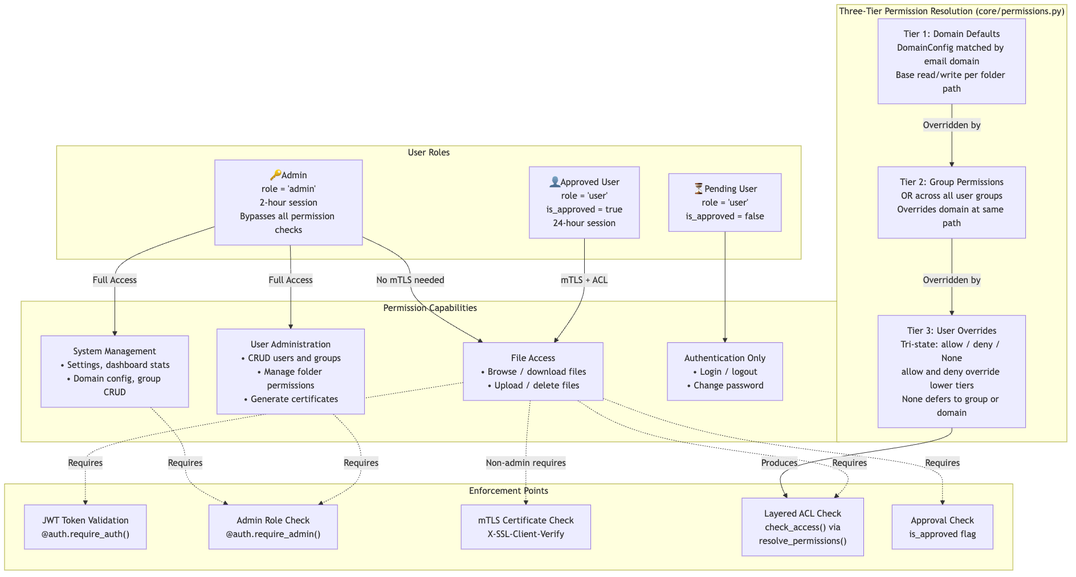
andreas-04/thumbs-up keeps this Mermaid diagram as docs/diagrams/png/03-rbac.png. Above is the earlier version. Its source is kept beside it as docs/diagrams/03-rbac.mmd. Source of this version:
```mermaid
graph TB
    subgraph Roles["User Roles"]
        Admin["🔑 Admin<br/>role = 'admin'<br/>2-hour session<br/>Bypasses all permission checks"]
        ApprovedUser["👤 Approved User<br/>role = 'user'<br/>is_approved = true<br/>24-hour session"]
        PendingUser["⏳ Pending User<br/>role = 'user'<br/>is_approved = false"]
    end

    subgraph PermTiers["Three-Tier Permission Resolution (core/permissions.py)"]
        Tier1["Tier 1: Domain Defaults<br/>DomainConfig matched by email domain<br/>Base read/write per folder path"]
        Tier2["Tier 2: Group Permissions<br/>OR across all user groups<br/>Overrides domain at same path"]
        Tier3["Tier 3: User Overrides<br/>Tri-state: allow / deny / None<br/>allow and deny override lower tiers<br/>None defers to group or domain"]
    end

    subgraph Capabilities["Permission Capabilities"]
        SysMgmt["System Management<br/>• Settings, dashboard stats<br/>• Domain config, group CRUD"]
        UserAdmin["User Administration<br/>• CRUD users and groups<br/>• Manage folder permissions<br/>• Generate certificates"]
        FileAccess["File Access<br/>• Browse / download files<br/>• Upload / delete files"]
        AuthOnly["Authentication Only<br/>• Login / logout<br/>• Change password"]
    end

    subgraph Enforcement["Enforcement Points"]
        JWTCheck["JWT Token Validation<br/>@auth.require_auth()"]
        AdminCheck["Admin Role Check<br/>@auth.require_admin()"]
        mTLSCheck["mTLS Certificate Check<br/>X-SSL-Client-Verify<br/>+ CRL revocation check"]
        ACLCheck["Layered ACL Check<br/>check_access() via<br/>resolve_permissions()"]
        ApprovalCheck["Approval Check<br/>is_approved flag"]
        AuditCheck["Audit Logging<br/>utils/audit.py"]
    end

    Admin -->|"Full Access"| SysMgmt
    Admin -->|"Full Access"| UserAdmin
    Admin -->|"No mTLS needed"| FileAccess

    ApprovedUser -->|"mTLS + ACL"| FileAccess

    PendingUser --> AuthOnly

    Tier1 -->|"Overridden by"| Tier2
    Tier2 -->|"Overridden by"| Tier3
    Tier3 -->|"Produces"| ACLCheck

    SysMgmt -.->|"Requires"| AdminCheck
    UserAdmin -.->|"Requires"| AdminCheck
    FileAccess -.->|"Requires"| JWTCheck
    FileAccess -.->|"Non-admin requires"| mTLSCheck
    FileAccess -.->|"Requires"| ACLCheck
    FileAccess -.->|"Requires"| ApprovalCheck
```
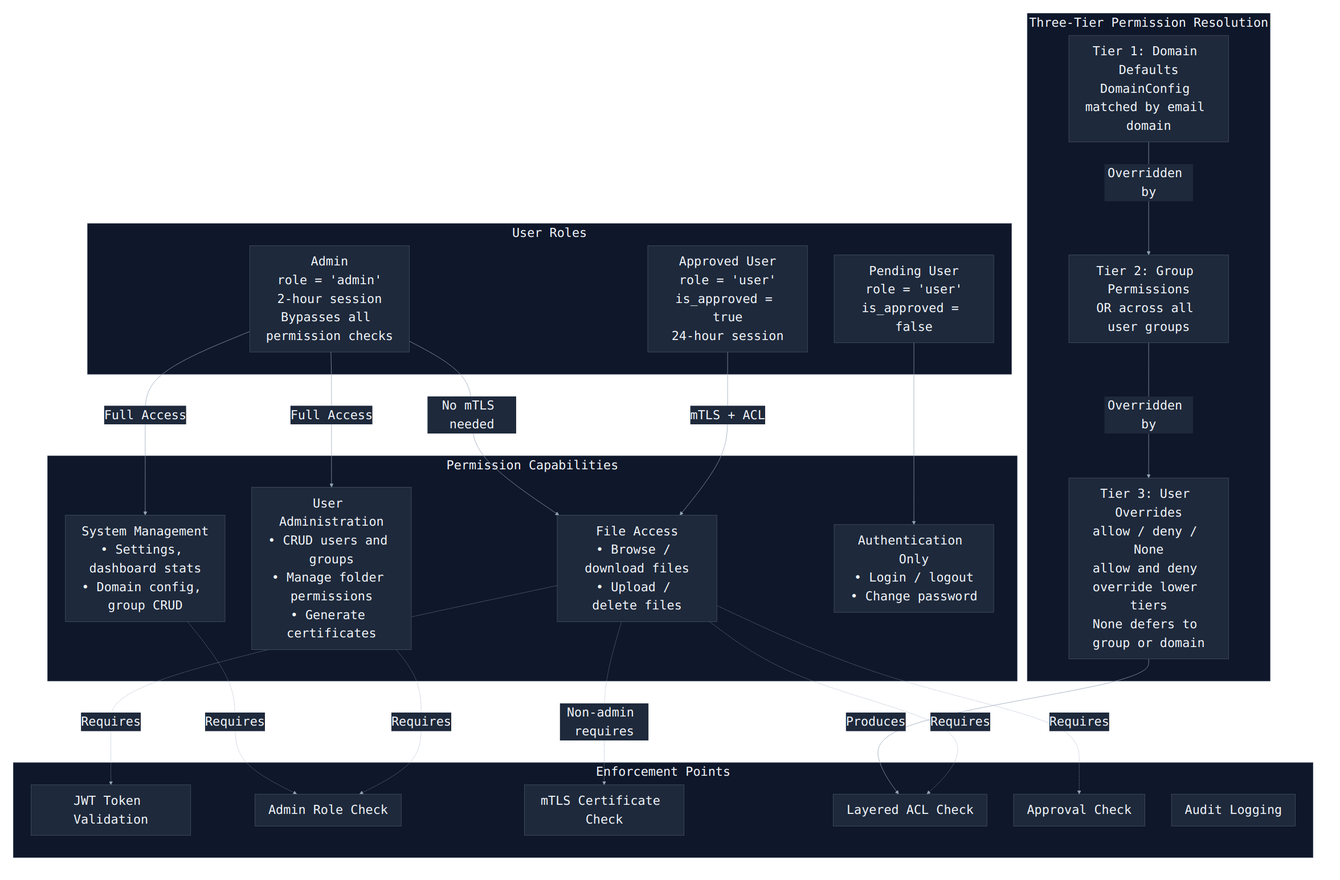
After the commit.

Diff of the diagram source:
```diff
@@ -1,14 +1,15 @@
+%%{init: {'theme': 'base', 'flowchart': {'nodeSpacing': 60, 'rankSpacing': 100, 'wrappingWidth': 300, 'diagramPadding': 30}, 'themeVariables': {'primaryColor': '#1e293b', 'primaryTextColor': '#f1f5f9', 'primaryBorderColor': '#475569', 'lineColor': '#94a3b8', 'secondaryColor': '#0f172a', 'tertiaryColor': '#1e293b', 'background': '#0f172a', 'mainBkg': '#1e293b', 'nodeBorder': '#475569', 'clusterBkg': '#0f172a', 'clusterBorder': '#334155', 'titleColor': '#f1f5f9', 'edgeLabelBackground': '#1e293b', 'fontFamily': 'monospace', 'fontSize': '28px'}}}%%
 graph TB
     subgraph Roles["User Roles"]
-        Admin["🔑 Admin<br/>role = 'admin'<br/>2-hour session<br/>Bypasses all permission checks"]
-        ApprovedUser["👤 Approved User<br/>role = 'user'<br/>is_approved = true<br/>24-hour session"]
-        PendingUser["⏳ Pending User<br/>role = 'user'<br/>is_approved = false"]
+        Admin["Admin<br/>role = 'admin'<br/>2-hour session<br/>Bypasses all permission checks"]
+        ApprovedUser["Approved User<br/>role = 'user'<br/>is_approved = true<br/>24-hour session"]
+        PendingUser["Pending User<br/>role = 'user'<br/>is_approved = false"]
     end
 
-    subgraph PermTiers["Three-Tier Permission Resolution (core/permissions.py)"]
-        Tier1["Tier 1: Domain Defaults<br/>DomainConfig matched by email domain<br/>Base read/write per folder path"]
-        Tier2["Tier 2: Group Permissions<br/>OR across all user groups<br/>Overrides domain at same path"]
-        Tier3["Tier 3: User Overrides<br/>Tri-state: allow / deny / None<br/>allow and deny override lower tiers<br/>None defers to group or domain"]
+    subgraph PermTiers["Three-Tier Permission Resolution"]
+        Tier1["Tier 1: Domain Defaults<br/>DomainConfig matched by email domain<br/>"]
+        Tier2["Tier 2: Group Permissions<br/>OR across all user groups<br/>"]
+        Tier3["Tier 3: User Overrides<br/>allow / deny / None<br/>allow and deny override lower tiers<br/>None defers to group or domain"]
     end
 
     subgraph Capabilities["Permission Capabilities"]
@@ -19,12 +20,12 @@
     end
 
     subgraph Enforcement["Enforcement Points"]
-        JWTCheck["JWT Token Validation<br/>@auth.require_auth()"]
-        AdminCheck["Admin Role Check<br/>@auth.require_admin()"]
-        mTLSCheck["mTLS Certificate Check<br/>X-SSL-Client-Verify<br/>+ CRL revocation check"]
-        ACLCheck["Layered ACL Check<br/>check_access() via<br/>resolve_permissions()"]
-        ApprovalCheck["Approval Check<br/>is_approved flag"]
-        AuditCheck["Audit Logging<br/>utils/audit.py"]
+        JWTCheck["JWT Token Validation"]
+        AdminCheck["Admin Role Check"]
+        mTLSCheck["mTLS Certificate Check"]
+        ACLCheck["Layered ACL Check"]
+        ApprovalCheck["Approval Check"]
+        AuditCheck["Audit Logging"]
     end
 
     Admin -->|"Full Access"| SysMgmt
@@ -45,3 +46,5 @@
     FileAccess -.->|"Non-admin requires"| mTLSCheck
     FileAccess -.->|"Requires"| ACLCheck
     FileAccess -.->|"Requires"| ApprovalCheck
+    classDef darkNode fill:#1e293b,stroke:#475569,color:#f1f5f9
+    class Admin,ApprovedUser,PendingUser,Tier1,Tier2,Tier3,SysMgmt,UserAdmin,FileAccess,AuthOnly,JWTCheck,AdminCheck,mTLSCheck,ACLCheck,ApprovalCheck,AuditCheck darkNode
```
